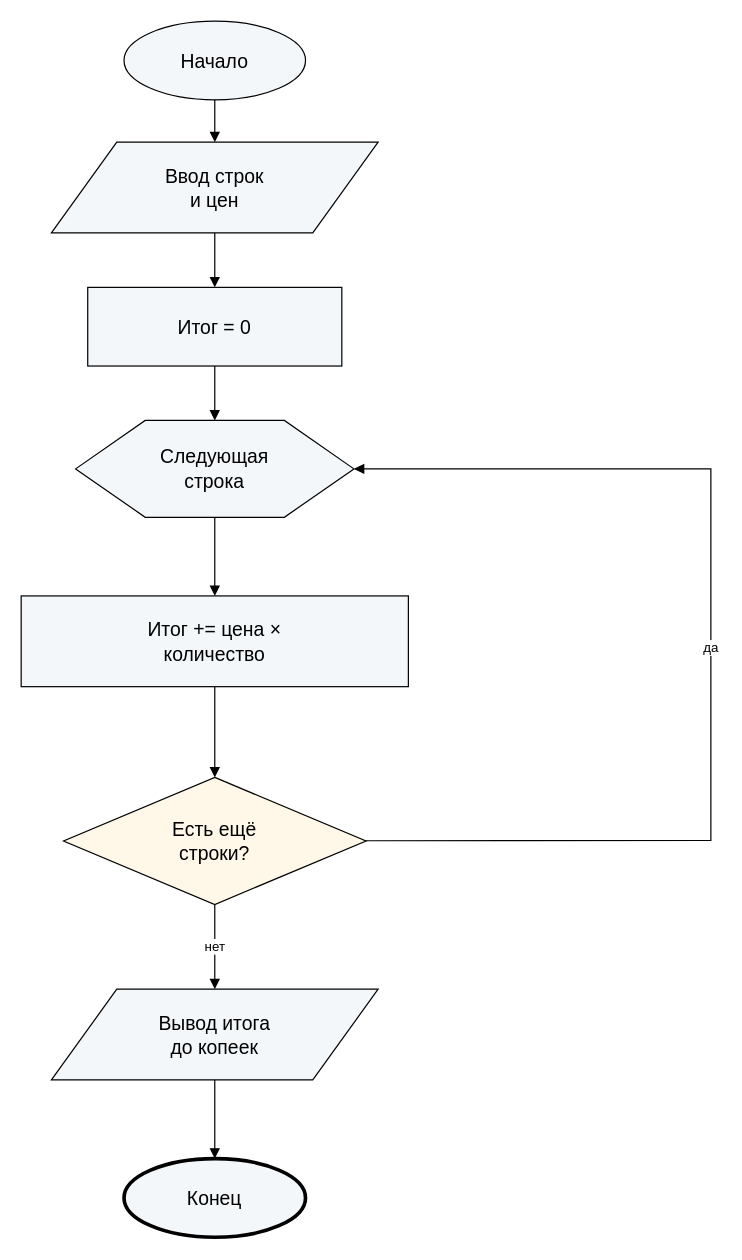
iskanye/office-furniture keeps this draw.io diagram as models/algo_2.drawio. Above is the earlier version. Source tidied: cells renumbered, new cells numbered last; positions are measured from the earlier drawing's top-left corner, leaving out a move shared by most shapes. Both pictures are drawn from the tidied source at 121%, with x=0, y=0 at pixel (21, 21).
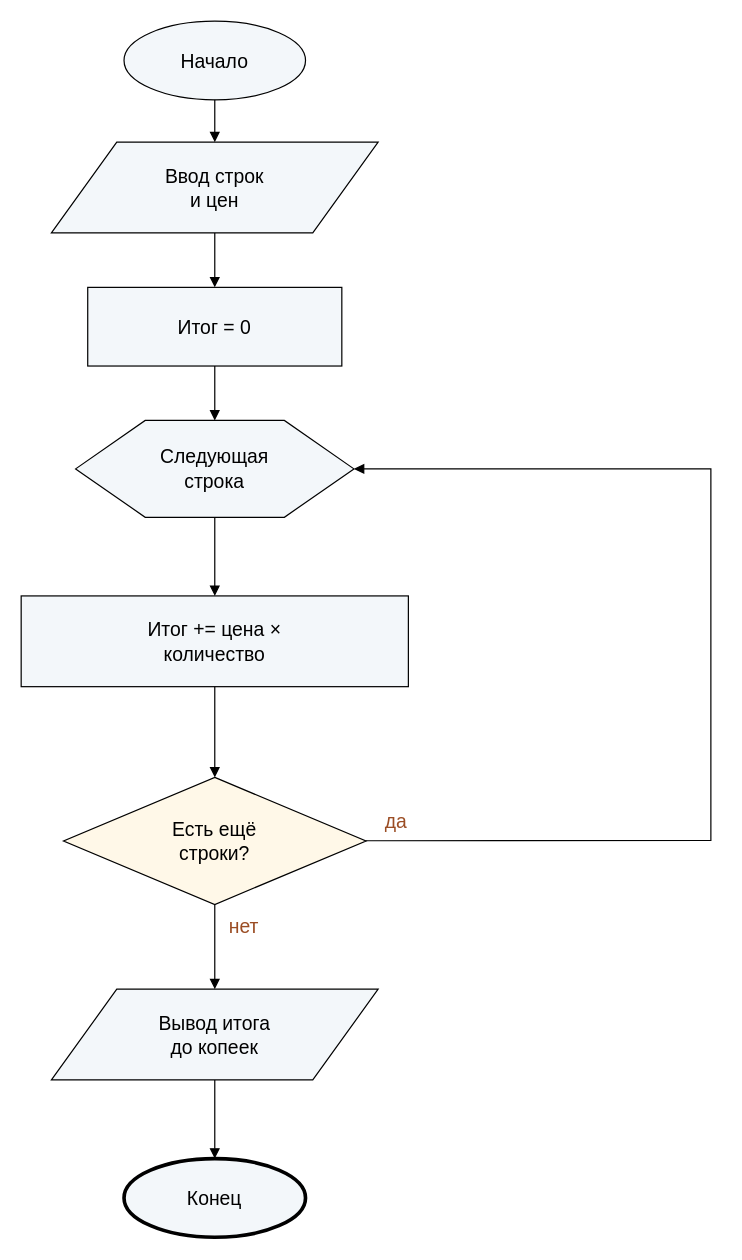
After the change.

Commit message (it also covers changes not shown here):
Исправить отчет КТ2 и подписи блок-схем

The change refers to these unchanged cells:
```xml
<mxCell id="5" value="Следующая&lt;br&gt;строка" style="shape=hexagon;whiteSpace=wrap;html=1;fillColor=#f3f7fa;fontSize=16;" parent="1" vertex="1">
  <mxGeometry x="45" y="330" width="230" height="80" as="geometry" />
</mxCell>
<mxCell id="7" value="Есть ещё&lt;br&gt;строки?" style="rhombus;whiteSpace=wrap;html=1;fillColor=#fff8e8;fontSize=16;" parent="1" vertex="1">
  <mxGeometry x="35" y="625" width="250" height="105" as="geometry" />
</mxCell>
<mxCell id="8" value="Вывод итога&lt;br&gt;до копеек" style="shape=parallelogram;whiteSpace=wrap;html=1;fillColor=#f3f7fa;fontSize=16;" parent="1" vertex="1">
  <mxGeometry x="25" y="800" width="270" height="75" as="geometry" />
</mxCell>
```

What changed in the source:
```diff
@@
-    <mxCell id="15" value="да" style="endArrow=block;html=1;rounded=0;" parent="1" edge="1" source="7" target="5">
+    <mxCell id="15" style="endArrow=block;html=1;rounded=0;" parent="1" edge="1" source="7" target="5">
       <mxGeometry relative="1" as="geometry">
         <Array as="points">
           <mxPoint x="570" y="677" />
           <mxPoint x="570" y="370" />
         </Array>
       </mxGeometry>
     </mxCell>
+    <mxCell id="18" value="да" style="text;html=1;align=left;verticalAlign=middle;whiteSpace=wrap;fillColor=none;strokeColor=none;fontSize=16;fontColor=#9b4d24;" parent="1" vertex="1">
+      <mxGeometry x="299" y="649" width="45" height="24" as="geometry" />
+    </mxCell>
-    <mxCell id="16" value="нет" style="endArrow=block;html=1;rounded=0;" parent="1" edge="1" source="7" target="8">
+    <mxCell id="16" style="endArrow=block;html=1;rounded=0;" parent="1" edge="1" source="7" target="8">
       <mxGeometry relative="1" as="geometry" />
     </mxCell>
+    <mxCell id="19" value="нет" style="text;html=1;align=left;verticalAlign=middle;whiteSpace=wrap;fillColor=none;strokeColor=none;fontSize=16;fontColor=#9b4d24;" parent="1" vertex="1">
+      <mxGeometry x="170" y="736" width="45" height="24" as="geometry" />
+    </mxCell>
```
